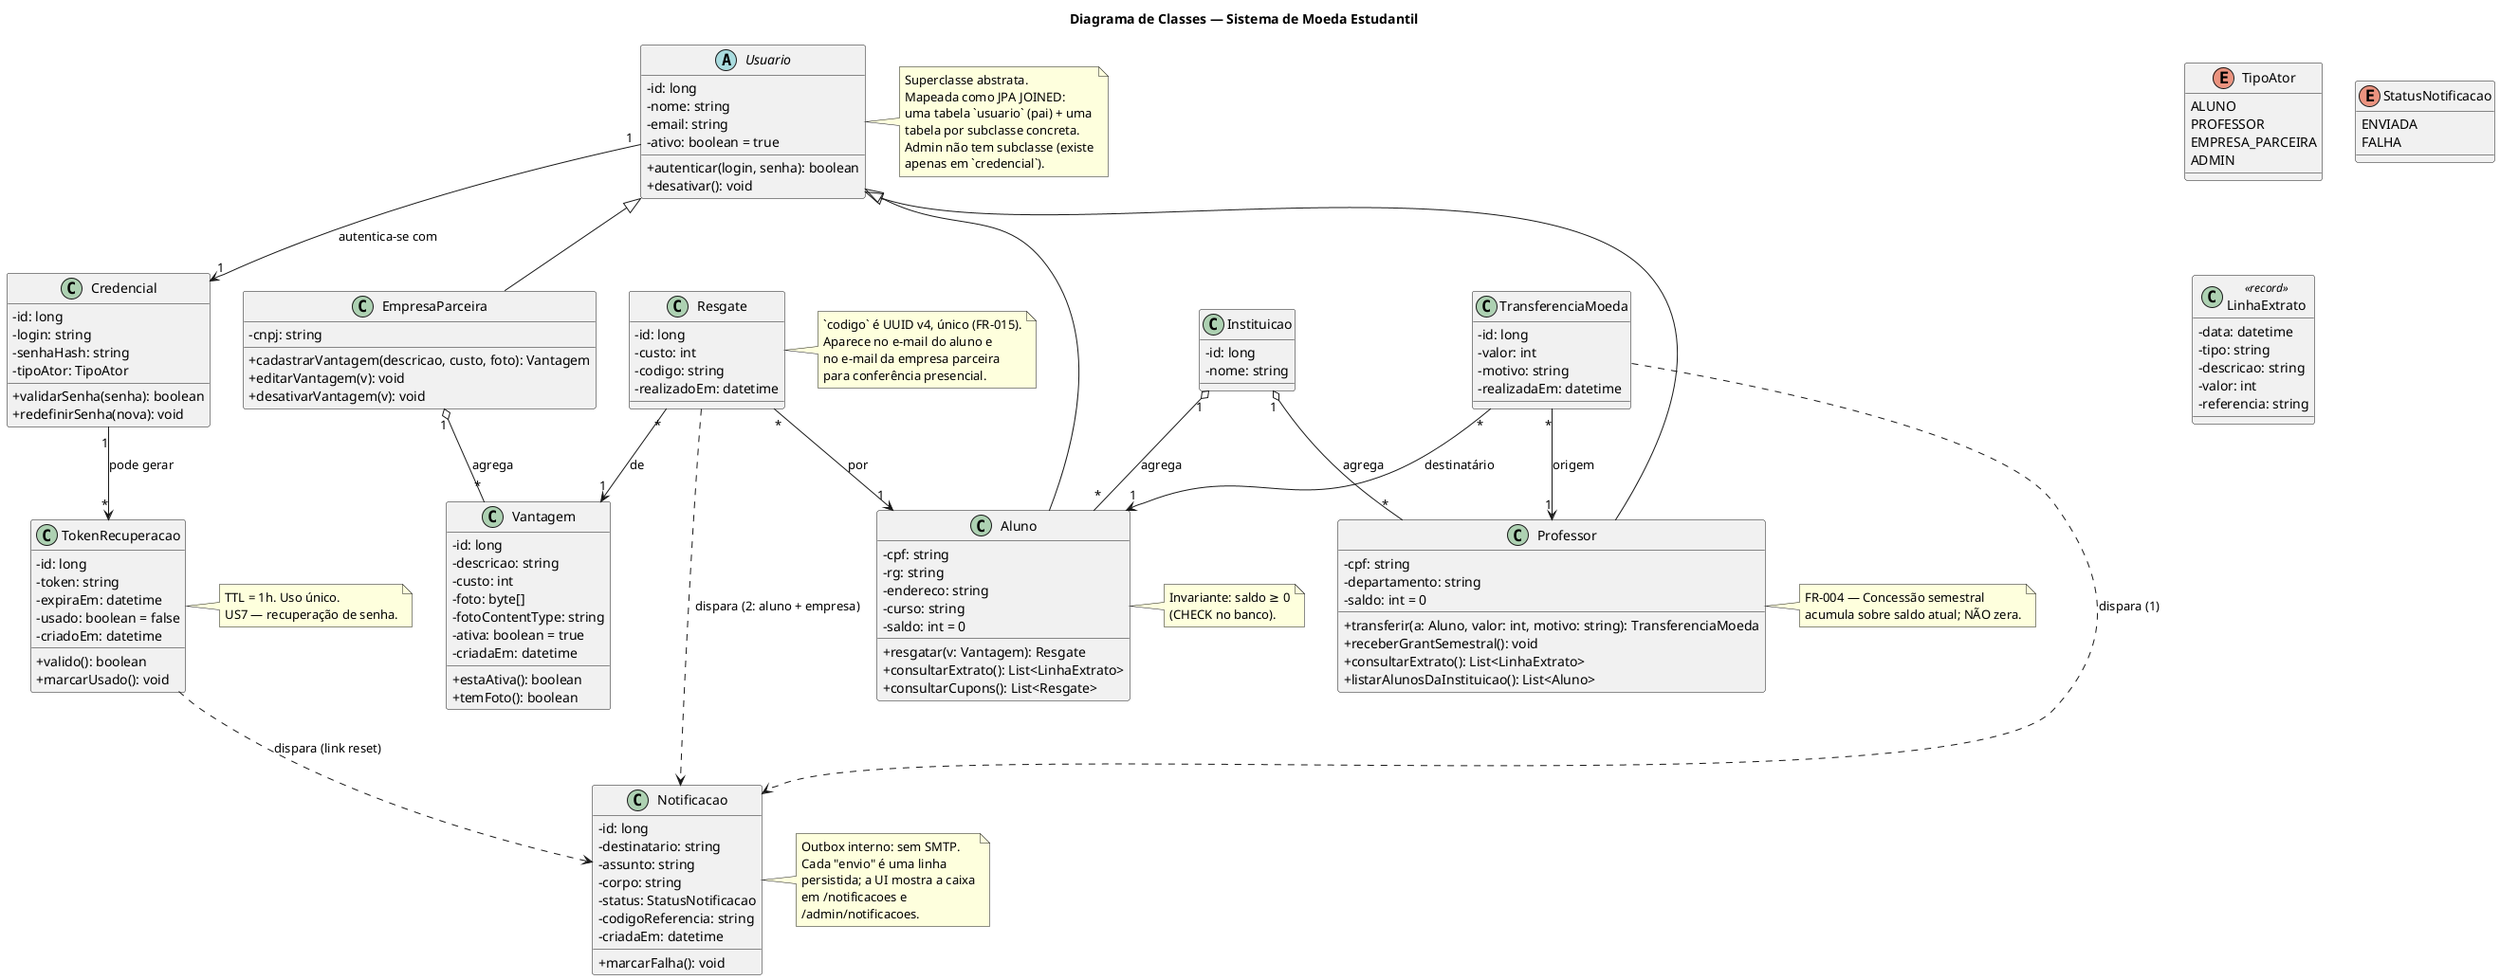
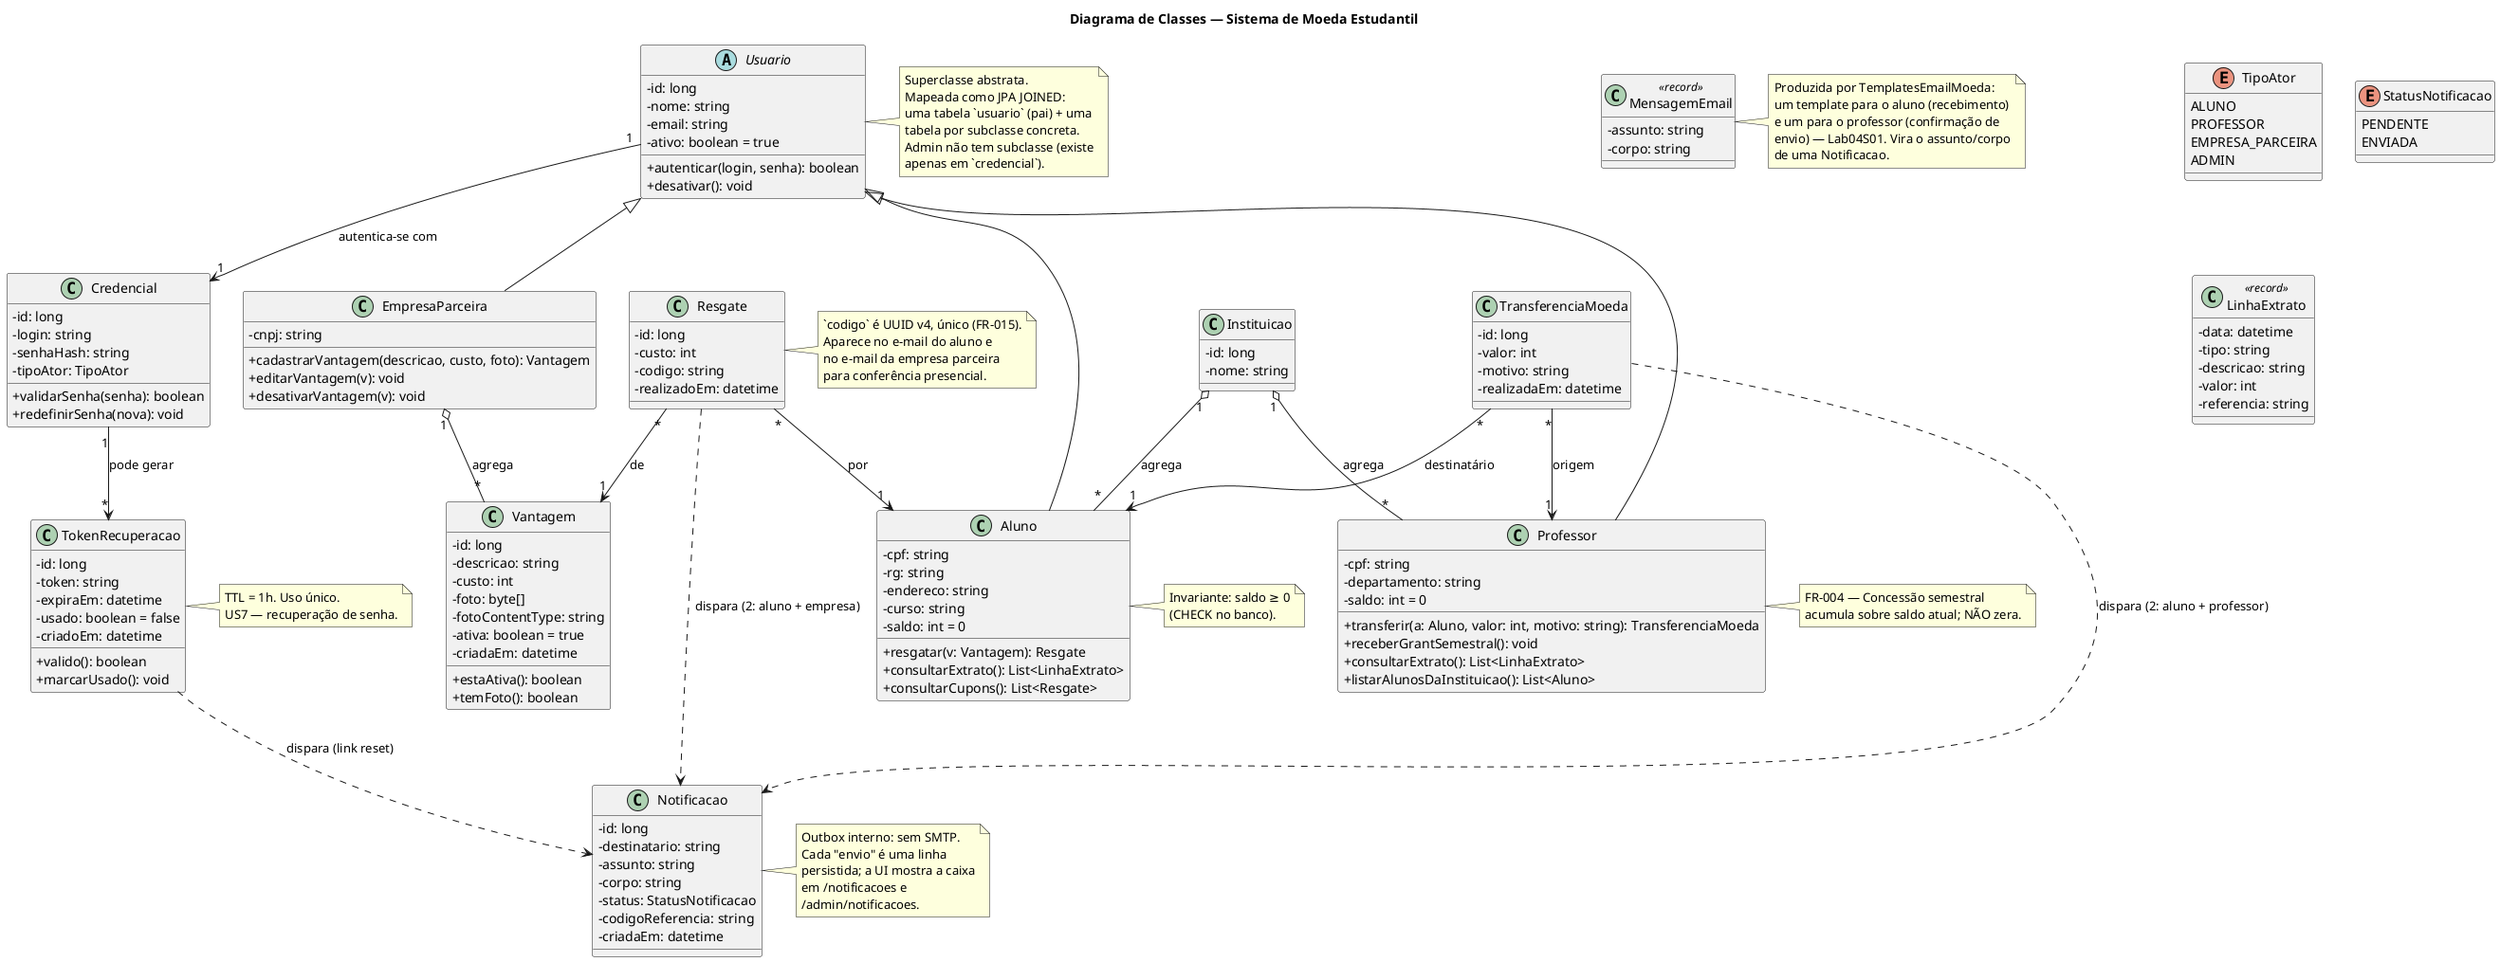
@startuml class
- ' Diagrama de Classes — Sistema de Moeda Estudantil (Lab03S03 final)
+ ' Diagrama de Classes — Sistema de Moeda Estudantil (atualizado Lab04S01)
' Reflete o modelo de domínio realmente implementado: TransferenciaMoeda
' e Resgate como entidades separadas (decisão de Fase 2/3), Notificacao
- ' como outbox interno, TokenRecuperacao para reset.
+ ' como outbox interno, TokenRecuperacao para reset. Lab04S01: a transferência
+ ' dispara duas notificações (aluno + professor) via MensagemEmail.

skinparam shadowing false
skinparam classAttributeIconSize 0
title Diagrama de Classes — Sistema de Moeda Estudantil

enum TipoAtor {
  ALUNO
  PROFESSOR
  EMPRESA_PARCEIRA
  ADMIN
}

enum StatusNotificacao {
+   PENDENTE
  ENVIADA
-   FALHA
}

abstract class Usuario {
  - id: long
  - nome: string
  - email: string
  - ativo: boolean = true
  + autenticar(login, senha): boolean
  + desativar(): void
}

class Credencial {
  - id: long
  - login: string
  - senhaHash: string
  - tipoAtor: TipoAtor
  + validarSenha(senha): boolean
  + redefinirSenha(nova): void
}

class Instituicao {
  - id: long
  - nome: string
}

class Aluno {
  - cpf: string
  - rg: string
  - endereco: string
  - curso: string
  - saldo: int = 0
  + resgatar(v: Vantagem): Resgate
  + consultarExtrato(): List<LinhaExtrato>
  + consultarCupons(): List<Resgate>
}

class Professor {
  - cpf: string
  - departamento: string
  - saldo: int = 0
  + transferir(a: Aluno, valor: int, motivo: string): TransferenciaMoeda
  + receberGrantSemestral(): void
  + consultarExtrato(): List<LinhaExtrato>
  + listarAlunosDaInstituicao(): List<Aluno>
}

class EmpresaParceira {
  - cnpj: string
  + cadastrarVantagem(descricao, custo, foto): Vantagem
  + editarVantagem(v): void
  + desativarVantagem(v): void
}

class Vantagem {
  - id: long
  - descricao: string
  - custo: int
  - foto: byte[]
  - fotoContentType: string
  - ativa: boolean = true
  - criadaEm: datetime
  + estaAtiva(): boolean
  + temFoto(): boolean
}

class TransferenciaMoeda {
  - id: long
  - valor: int
  - motivo: string
  - realizadaEm: datetime
}

class Resgate {
  - id: long
  - custo: int
  - codigo: string
  - realizadoEm: datetime
}

class Notificacao {
  - id: long
  - destinatario: string
  - assunto: string
  - corpo: string
  - status: StatusNotificacao
  - codigoReferencia: string
  - criadaEm: datetime
-   + marcarFalha(): void
}

class TokenRecuperacao {
  - id: long
  - token: string
  - expiraEm: datetime
  - usado: boolean = false
  - criadoEm: datetime
  + valido(): boolean
  + marcarUsado(): void
}

' Value-object usado pela UI para consolidar transferências + resgates por aluno
class LinhaExtrato <<record>> {
  - data: datetime
  - tipo: string
  - descricao: string
  - valor: int
  - referencia: string
}

+ ' Value-object produzido pelos templates de e-mail (assunto + corpo)
+ class MensagemEmail <<record>> {
+   - assunto: string
+   - corpo: string
+ }
+ 
' === Herança ===
Usuario <|-- Aluno
Usuario <|-- Professor
Usuario <|-- EmpresaParceira

' === Agregação (tem-um, vida própria) ===
Instituicao     "1" o-- "*" Aluno     : agrega
Instituicao     "1" o-- "*" Professor : agrega
EmpresaParceira "1" o-- "*" Vantagem  : agrega

' === Associações ===
Usuario "1" --> "1" Credencial : autentica-se com
Credencial "1" --> "*" TokenRecuperacao : pode gerar

' Transferência: Professor → Aluno
TransferenciaMoeda "*" --> "1" Professor : origem
TransferenciaMoeda "*" --> "1" Aluno     : destinatário

' Resgate: Aluno → Vantagem
Resgate "*" --> "1" Aluno    : por
Resgate "*" --> "1" Vantagem : de

' Eventos que disparam notificação
- TransferenciaMoeda ..> Notificacao : "dispara (1)"
+ TransferenciaMoeda ..> Notificacao : "dispara (2: aluno + professor)"
Resgate            ..> Notificacao : "dispara (2: aluno + empresa)"
TokenRecuperacao   ..> Notificacao : "dispara (link reset)"

note right of Professor
  FR-004 — Concessão semestral
  acumula sobre saldo atual; NÃO zera.
end note

note right of Aluno
  Invariante: saldo ≥ 0
  (CHECK no banco).
end note

note right of Usuario
  Superclasse abstrata.
  Mapeada como JPA JOINED:
  uma tabela `usuario` (pai) + uma
  tabela por subclasse concreta.
  Admin não tem subclasse (existe
  apenas em `credencial`).
end note

note right of Resgate
  `codigo` é UUID v4, único (FR-015).
  Aparece no e-mail do aluno e
  no e-mail da empresa parceira
  para conferência presencial.
end note

note right of Notificacao
  Outbox interno: sem SMTP.
  Cada "envio" é uma linha
  persistida; a UI mostra a caixa
  em /notificacoes e
  /admin/notificacoes.
end note

+ note right of MensagemEmail
+   Produzida por TemplatesEmailMoeda:
+   um template para o aluno (recebimento)
+   e um para o professor (confirmação de
+   envio) — Lab04S01. Vira o assunto/corpo
+   de uma Notificacao.
+ end note
+ 
note right of TokenRecuperacao
  TTL = 1h. Uso único.
  US7 — recuperação de senha.
end note

@enduml
